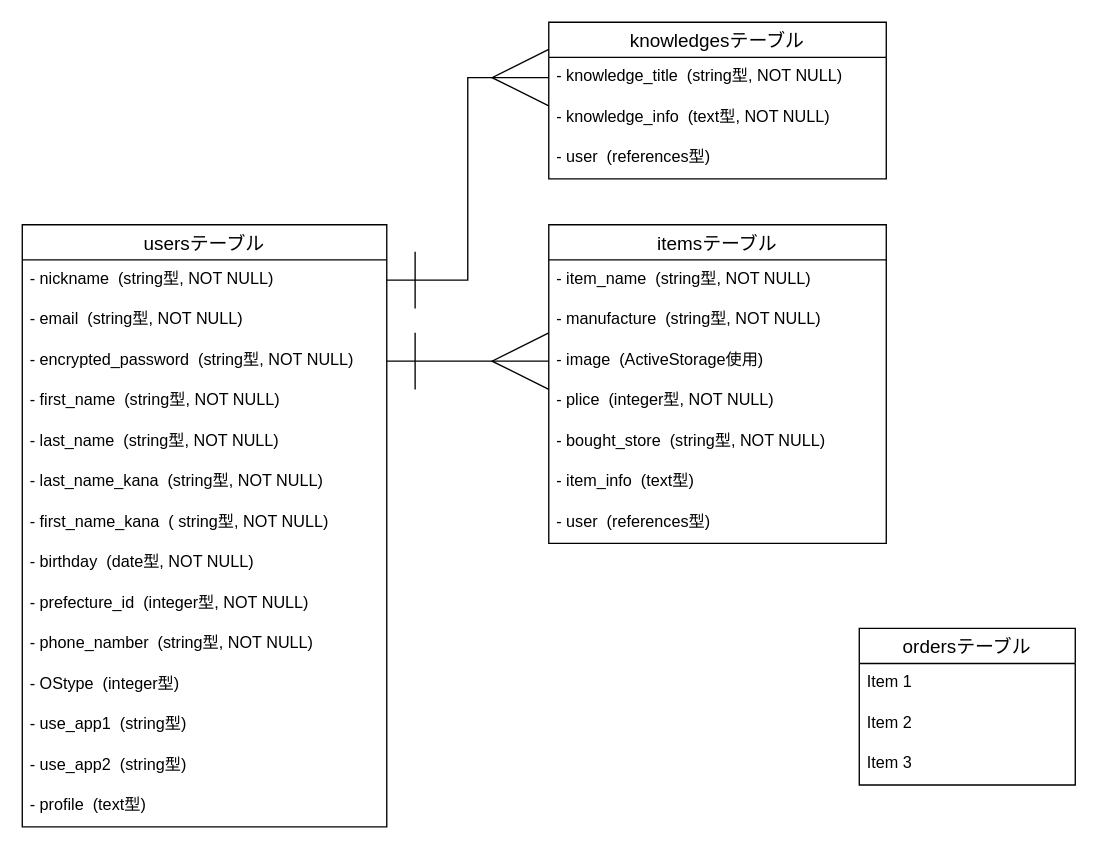
The draw.io diagram ER.dio in sushi1129/side-business-36374, before the edit. Source tidied: cells renumbered, new cells numbered last; positions are measured from the earlier drawing's top-left corner, leaving out a move shared by most shapes. Both pictures are drawn from the tidied source at 135%, with x=0, y=0 at pixel (22, 22).
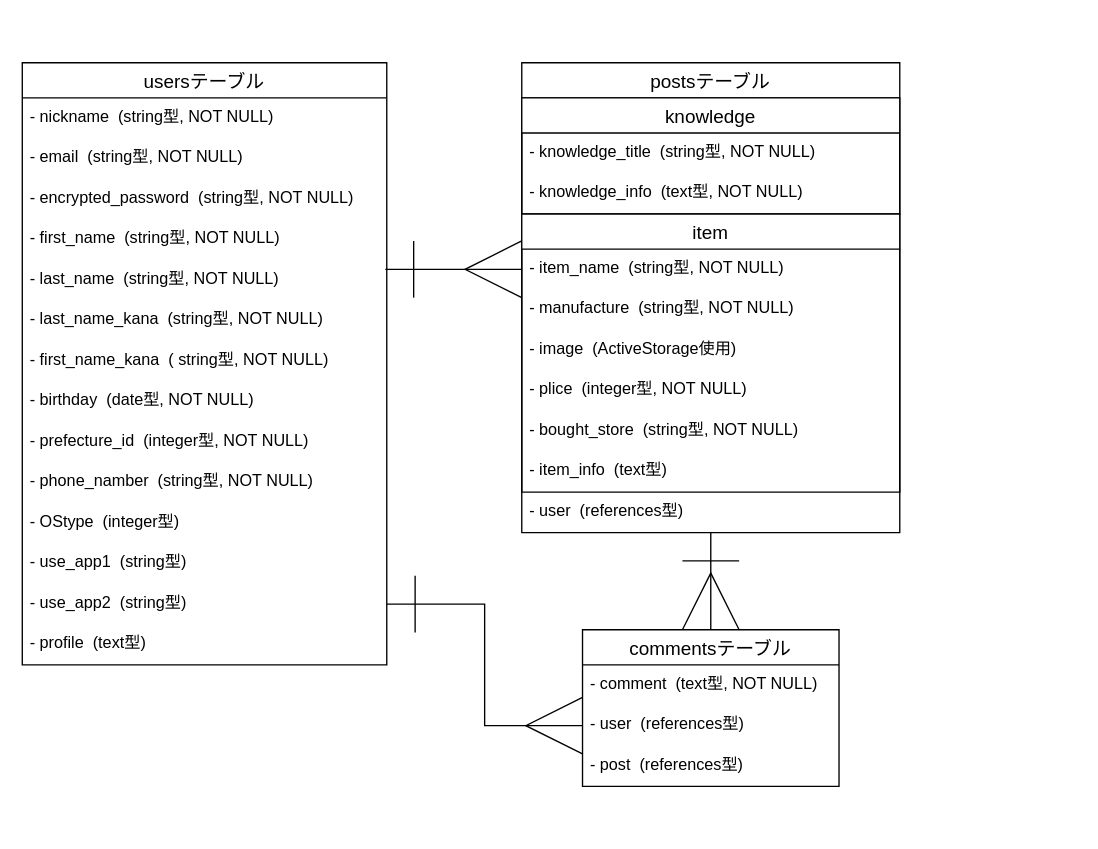
Above is the later version.

The change refers to these unchanged cells:
```xml
<mxCell id="3" value="- nickname  (string型, NOT NULL)" style="text;strokeColor=none;fillColor=none;spacingLeft=4;spacingRight=4;overflow=hidden;points=[[0,0.5],[1,0.5]];portConstraint=eastwest;fontSize=12;" parent="2" vertex="1">
  <mxGeometry y="26" width="270" height="30" as="geometry" />
</mxCell>
<mxCell id="5" value="- encrypted_password  (string型, NOT NULL)" style="text;strokeColor=none;fillColor=none;spacingLeft=4;spacingRight=4;overflow=hidden;points=[[0,0.5],[1,0.5]];portConstraint=eastwest;fontSize=12;" parent="2" vertex="1">
  <mxGeometry y="86" width="270" height="30" as="geometry" />
</mxCell>
<mxCell id="7" value="- last_name  (string型, NOT NULL)" style="text;strokeColor=none;fillColor=none;spacingLeft=4;spacingRight=4;overflow=hidden;points=[[0,0.5],[1,0.5]];portConstraint=eastwest;fontSize=12;" parent="2" vertex="1">
  <mxGeometry y="146" width="270" height="30" as="geometry" />
</mxCell>
<mxCell id="15" value="- use_app2  (string型)" style="text;strokeColor=none;fillColor=none;spacingLeft=4;spacingRight=4;overflow=hidden;points=[[0,0.5],[1,0.5]];portConstraint=eastwest;fontSize=12;" parent="2" vertex="1">
  <mxGeometry y="386" width="270" height="30" as="geometry" />
</mxCell>
```

What changed in the source:
```diff
@@
     <mxCell id="2" value="usersテーブル" style="swimlane;fontStyle=0;horizontal=1;startSize=26;align=center;fontSize=14;" parent="1" vertex="1">
-      <mxGeometry y="150" width="270" height="446" as="geometry" />
+      <mxGeometry y="30" width="270" height="446" as="geometry" />
     </mxCell>
@@
+    <mxCell id="29" value="commentsテーブル" style="swimlane;fontStyle=0;horizontal=1;startSize=26;align=center;fontSize=14;" parent="1" vertex="1">
+      <mxGeometry x="415" y="450" width="190" height="116" as="geometry" />
+    </mxCell>
+    <mxCell id="30" value="- comment  (text型, NOT NULL)" style="text;strokeColor=none;fillColor=none;spacingLeft=4;spacingRight=4;overflow=hidden;fontSize=12;" parent="29" vertex="1">
+      <mxGeometry y="26" width="190" height="30" as="geometry" />
+    </mxCell>
+    <mxCell id="31" value="- user  (references型)" style="text;strokeColor=none;fillColor=none;spacingLeft=4;spacingRight=4;overflow=hidden;points=[[0,0.5],[1,0.5]];portConstraint=eastwest;fontSize=12;" parent="29" vertex="1">
+      <mxGeometry y="56" width="190" height="30" as="geometry" />
+    </mxCell>
+    <mxCell id="32" value="- post  (references型)" style="text;strokeColor=none;fillColor=none;spacingLeft=4;spacingRight=4;overflow=hidden;fontSize=12;" parent="29" vertex="1">
+      <mxGeometry y="86" width="190" height="30" as="geometry" />
+    </mxCell>
+    <mxCell id="35" style="edgeStyle=orthogonalEdgeStyle;rounded=0;jettySize=auto;html=1;exitX=0.5;exitY=1;exitDx=0;exitDy=0;entryX=0.5;entryY=0;entryDx=0;entryDy=0;startArrow=ERone;startFill=0;endArrow=ERmany;endFill=0;startSize=40;endSize=40;" parent="1" edge="1" source="36" target="29">
+      <mxGeometry relative="1" as="geometry" />
+    </mxCell>
+    <mxCell id="36" value="postsテーブル" style="swimlane;fontStyle=0;horizontal=1;startSize=26;align=center;fontSize=14;" parent="1" vertex="1">
+      <mxGeometry x="370" y="30" width="280" height="348" as="geometry" />
+    </mxCell>
-    <mxCell id="17" value="knowledgesテーブル" style="swimlane;fontStyle=0;horizontal=1;startSize=26;align=center;fontSize=14;" parent="1" vertex="1">
-      <mxGeometry x="390" width="250" height="116" as="geometry" />
+    <mxCell id="17" value="knowledge" style="swimlane;fontStyle=0;horizontal=1;startSize=26;align=center;fontSize=14;" parent="36" vertex="1">
+      <mxGeometry y="26" width="280" height="86" as="geometry" />
     </mxCell>
     <mxCell id="18" value="- knowledge_title  (string型, NOT NULL)" style="text;strokeColor=none;fillColor=none;spacingLeft=4;spacingRight=4;overflow=hidden;points=[[0,0.5],[1,0.5]];portConstraint=eastwest;fontSize=12;" parent="17" vertex="1">
-      <mxGeometry y="26" width="250" height="30" as="geometry" />
+      <mxGeometry y="26" width="280" height="30" as="geometry" />
     </mxCell>
     <mxCell id="19" value="- knowledge_info  (text型, NOT NULL)" style="text;strokeColor=none;fillColor=none;spacingLeft=4;spacingRight=4;overflow=hidden;fontSize=12;" parent="17" vertex="1">
-      <mxGeometry y="56" width="250" height="30" as="geometry" />
+      <mxGeometry y="56" width="280" height="30" as="geometry" />
     </mxCell>
-    <mxCell id="20" value="- user  (references型)" style="text;strokeColor=none;fillColor=none;spacingLeft=4;spacingRight=4;overflow=hidden;fontSize=12;" parent="17" vertex="1">
-      <mxGeometry y="86" width="250" height="30" as="geometry" />
-    </mxCell>
-    <mxCell id="21" value="itemsテーブル" style="swimlane;fontStyle=0;horizontal=1;startSize=26;align=center;fontSize=14;" parent="1" vertex="1">
-      <mxGeometry x="390" y="150" width="250" height="236" as="geometry" />
+    <mxCell id="21" value="item" style="swimlane;fontStyle=0;horizontal=1;startSize=26;align=center;fontSize=14;" parent="36" vertex="1">
+      <mxGeometry y="112" width="280" height="206" as="geometry" />
     </mxCell>
     <mxCell id="22" value="- item_name  (string型, NOT NULL)" style="text;strokeColor=none;fillColor=none;spacingLeft=4;spacingRight=4;overflow=hidden;points=[[0,0.5],[1,0.5]];portConstraint=eastwest;fontSize=12;" parent="21" vertex="1">
-      <mxGeometry y="26" width="250" height="30" as="geometry" />
+      <mxGeometry y="26" width="280" height="30" as="geometry" />
     </mxCell>
     <mxCell id="23" value="- manufacture  (string型, NOT NULL)" style="text;strokeColor=none;fillColor=none;spacingLeft=4;spacingRight=4;overflow=hidden;fontSize=12;" parent="21" vertex="1">
-      <mxGeometry y="56" width="250" height="30" as="geometry" />
+      <mxGeometry y="56" width="280" height="30" as="geometry" />
     </mxCell>
     <mxCell id="24" value="- image  (ActiveStorage使用)" style="text;strokeColor=none;fillColor=none;spacingLeft=4;spacingRight=4;overflow=hidden;points=[[0,0.5],[1,0.5]];portConstraint=eastwest;fontSize=12;" parent="21" vertex="1">
-      <mxGeometry y="86" width="250" height="30" as="geometry" />
+      <mxGeometry y="86" width="280" height="30" as="geometry" />
     </mxCell>
     <mxCell id="25" value="- plice  (integer型, NOT NULL)" style="text;strokeColor=none;fillColor=none;spacingLeft=4;spacingRight=4;overflow=hidden;fontSize=12;" parent="21" vertex="1">
-      <mxGeometry y="116" width="250" height="30" as="geometry" />
+      <mxGeometry y="116" width="280" height="30" as="geometry" />
     </mxCell>
     <mxCell id="26" value="- bought_store  (string型, NOT NULL)" style="text;strokeColor=none;fillColor=none;spacingLeft=4;spacingRight=4;overflow=hidden;fontSize=12;" parent="21" vertex="1">
-      <mxGeometry y="146" width="250" height="30" as="geometry" />
+      <mxGeometry y="146" width="280" height="30" as="geometry" />
     </mxCell>
     <mxCell id="27" value="- item_info  (text型)" style="text;strokeColor=none;fillColor=none;spacingLeft=4;spacingRight=4;overflow=hidden;fontSize=12;" parent="21" vertex="1">
-      <mxGeometry y="176" width="250" height="30" as="geometry" />
+      <mxGeometry y="176" width="280" height="30" as="geometry" />
     </mxCell>
-    <mxCell id="28" value="- user  (references型)" style="text;strokeColor=none;fillColor=none;spacingLeft=4;spacingRight=4;overflow=hidden;fontSize=12;" parent="21" vertex="1">
-      <mxGeometry y="206" width="250" height="30" as="geometry" />
+    <mxCell id="28" value="- user  (references型)" style="text;strokeColor=none;fillColor=none;spacingLeft=4;spacingRight=4;overflow=hidden;fontSize=12;" parent="36" vertex="1">
+      <mxGeometry y="318" width="280" height="30" as="geometry" />
     </mxCell>
-    <mxCell id="29" value="ordersテーブル" style="swimlane;fontStyle=0;horizontal=1;startSize=26;align=center;fontSize=14;" parent="1" vertex="1">
-      <mxGeometry x="620" y="449" width="160" height="116" as="geometry" />
-    </mxCell>
-    <mxCell id="30" value="Item 1" style="text;strokeColor=none;fillColor=none;spacingLeft=4;spacingRight=4;overflow=hidden;fontSize=12;" parent="29" vertex="1">
-      <mxGeometry y="26" width="160" height="30" as="geometry" />
-    </mxCell>
-    <mxCell id="31" value="Item 2" style="text;strokeColor=none;fillColor=none;spacingLeft=4;spacingRight=4;overflow=hidden;points=[[0,0.5],[1,0.5]];portConstraint=eastwest;fontSize=12;" parent="29" vertex="1">
-      <mxGeometry y="56" width="160" height="30" as="geometry" />
-    </mxCell>
-    <mxCell id="32" value="Item 3" style="text;strokeColor=none;fillColor=none;spacingLeft=4;spacingRight=4;overflow=hidden;fontSize=12;" parent="29" vertex="1">
-      <mxGeometry y="86" width="160" height="30" as="geometry" />
-    </mxCell>
-    <mxCell id="33" style="edgeStyle=orthogonalEdgeStyle;rounded=0;jettySize=auto;html=1;exitX=1;exitY=0.5;exitDx=0;exitDy=0;entryX=0;entryY=0.5;entryDx=0;entryDy=0;startArrow=ERone;startFill=0;endArrow=ERmany;endFill=0;endSize=40;startSize=40;" parent="1" edge="1" source="3" target="18">
-      <mxGeometry relative="1" as="geometry" />
-    </mxCell>
-    <mxCell id="34" style="edgeStyle=orthogonalEdgeStyle;rounded=0;jettySize=auto;html=1;exitX=1;exitY=0.5;exitDx=0;exitDy=0;entryX=0;entryY=0.5;entryDx=0;entryDy=0;startArrow=ERone;startFill=0;endArrow=ERmany;endFill=0;startSize=40;endSize=40;" parent="1" edge="1" source="5" target="24">
-      <mxGeometry relative="1" as="geometry" />
-    </mxCell>
+    <mxCell id="37" style="edgeStyle=orthogonalEdgeStyle;rounded=0;jettySize=auto;html=1;entryX=0;entryY=0.5;entryDx=0;entryDy=0;startArrow=ERone;startFill=0;endArrow=ERmany;endFill=0;startSize=40;endSize=40;exitX=0.996;exitY=0.233;exitDx=0;exitDy=0;exitPerimeter=0;" parent="1" edge="1" source="7" target="22">
+      <mxGeometry relative="1" as="geometry" />
+    </mxCell>
+    <mxCell id="38" style="edgeStyle=orthogonalEdgeStyle;rounded=0;jettySize=auto;html=1;exitX=1;exitY=0.5;exitDx=0;exitDy=0;entryX=0;entryY=0.5;entryDx=0;entryDy=0;startArrow=ERone;startFill=0;endArrow=ERmany;endFill=0;startSize=40;endSize=40;" parent="1" edge="1" source="15" target="31">
+      <mxGeometry relative="1" as="geometry" />
+    </mxCell>
```
